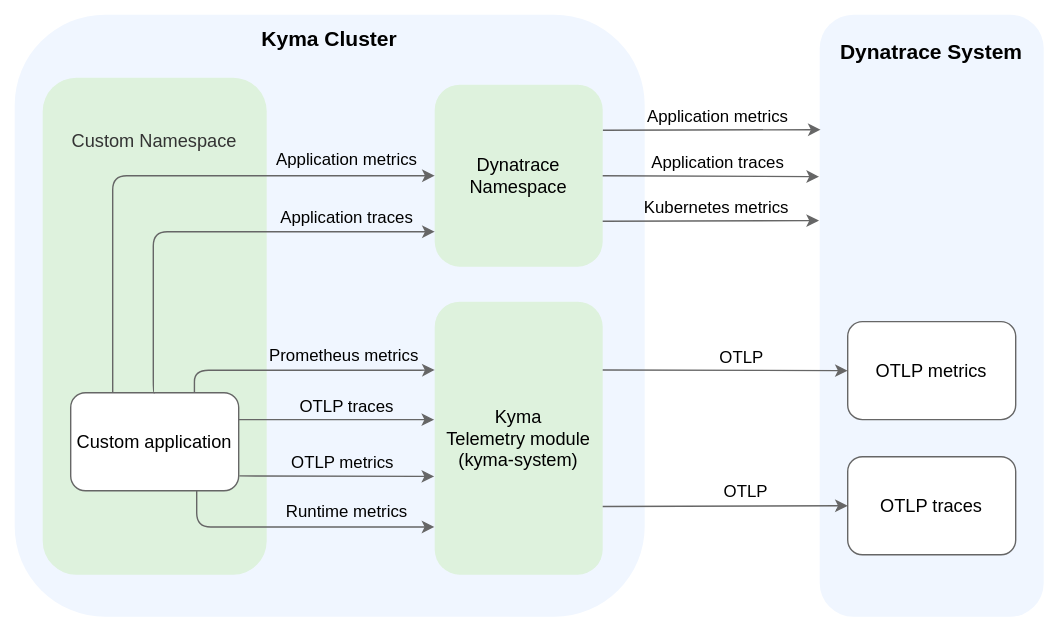
Earlier version of the draw.io export docs/user/integration/dynatrace/assets/integration.drawio.svg (kyma-project/telemetry-manager). Source tidied: cells renumbered, new cells last; positions are measured from the earlier drawing's top-left corner, leaving out a move shared by most shapes.
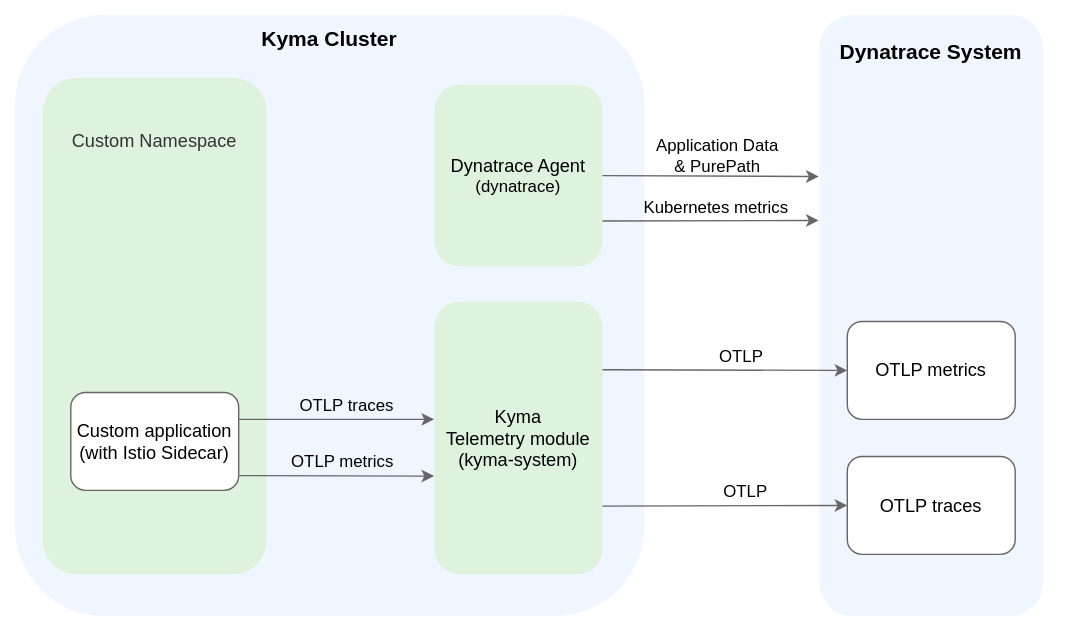
Later version of the same file.

The edit, as a diff of the source:
```diff
@@ -42,41 +42,12 @@
         <mxPoint x="10" y="-8" as="offset" />
       </mxGeometry>
     </mxCell>
-    <mxCell id="14" style="edgeStyle=orthogonalEdgeStyle;rounded=1;jettySize=auto;html=1;exitX=0.75;exitY=0;exitDx=0;exitDy=0;entryX=0;entryY=0.25;entryDx=0;entryDy=0;strokeColor=#666666;" parent="1" edge="1" target="5">
-      <mxGeometry relative="1" as="geometry">
-        <mxPoint x="138.4" y="280" as="sourcePoint" />
-        <Array as="points">
-          <mxPoint x="138.4" y="264" />
-          <mxPoint x="295.6" y="264" />
-        </Array>
-      </mxGeometry>
-    </mxCell>
-    <mxCell id="15" value="Custom application" style="rounded=1;whiteSpace=wrap;html=1;fontSize=13;fontStyle=0;strokeColor=#666666;" parent="1" vertex="1">
+    <mxCell id="15" value="Custom application&lt;br&gt;(with Istio Sidecar)" style="rounded=1;whiteSpace=wrap;html=1;fontSize=13;fontStyle=0;strokeColor=#666666;" parent="1" vertex="1">
       <mxGeometry x="50" y="280" width="120" height="70" as="geometry" />
     </mxCell>
-    <mxCell id="16" style="rounded=1;jettySize=auto;html=1;exitX=1;exitY=0.25;exitDx=0;exitDy=0;strokeColor=#666666;entryX=0.004;entryY=0.191;entryDx=0;entryDy=0;entryPerimeter=0;" parent="1" edge="1" source="18" target="6">
-      <mxGeometry relative="1" as="geometry" />
-    </mxCell>
-    <mxCell id="17" value="Application metrics" style="edgeLabel;html=1;align=center;verticalAlign=middle;fontStyle=0;labelBackgroundColor=none;fontSize=12;" parent="16" vertex="1">
-      <mxGeometry x="0.22" y="2" relative="1" as="geometry">
-        <mxPoint x="-13" y="-8" as="offset" />
-      </mxGeometry>
-    </mxCell>
-    <mxCell id="18" value="&lt;font style=&quot;font-size: 13px;&quot;&gt;Dynatrace &lt;br&gt;Namespace&lt;/font&gt;" style="rounded=1;whiteSpace=wrap;html=1;fillColor=#DEF2DD;strokeColor=none;" parent="1" vertex="1">
+    <mxCell id="18" value="&lt;span style=&quot;font-size: 13px;&quot;&gt;Dynatrace Agent&lt;br&gt;&lt;/span&gt;(dynatrace)" style="rounded=1;whiteSpace=wrap;html=1;fillColor=#DEF2DD;strokeColor=none;" parent="1" vertex="1">
       <mxGeometry x="310" y="60" width="120" height="130" as="geometry" />
     </mxCell>
-    <mxCell id="19" style="edgeStyle=orthogonalEdgeStyle;rounded=1;jettySize=auto;html=1;exitX=0.25;exitY=0;exitDx=0;exitDy=0;entryX=0;entryY=0.5;entryDx=0;entryDy=0;strokeColor=#666666;" parent="1" edge="1" source="15" target="18">
-      <mxGeometry relative="1" as="geometry">
-        <Array as="points">
-          <mxPoint x="80" y="125" />
-        </Array>
-      </mxGeometry>
-    </mxCell>
-    <mxCell id="20" value="Application metrics" style="edgeLabel;html=1;align=center;verticalAlign=middle;fontStyle=0;fontSize=12;labelBackgroundColor=none;" parent="19" vertex="1">
-      <mxGeometry x="0.43" y="3" relative="1" as="geometry">
-        <mxPoint x="45" y="-9" as="offset" />
-      </mxGeometry>
-    </mxCell>
     <mxCell id="21" value="&lt;font style=&quot;font-size: 12px;&quot;&gt;OTLP&lt;/font&gt;" style="edgeLabel;html=1;align=center;verticalAlign=middle;fontStyle=0;labelBackgroundColor=none;fontSize=12;" parent="1" vertex="1">
       <mxGeometry x="527.9" y="257" as="geometry">
         <mxPoint x="1" y="-3" as="offset" />
@@ -87,35 +58,6 @@
         <mxPoint x="2" as="offset" />
       </mxGeometry>
     </mxCell>
-    <mxCell id="23" style="endArrow=classic;html=1;rounded=1;edgeStyle=orthogonalEdgeStyle;exitX=0.75;exitY=1;exitDx=0;exitDy=0;strokeColor=#666666;entryX=-0.002;entryY=0.825;entryDx=0;entryDy=0;entryPerimeter=0;" parent="1" edge="1" source="15" target="5">
-      <mxGeometry relative="1" as="geometry">
-        <Array as="points">
-          <mxPoint x="140" y="376" />
-        </Array>
-      </mxGeometry>
-    </mxCell>
-    <mxCell id="24" value="Runtime metrics" style="edgeLabel;html=1;align=center;verticalAlign=middle;fontStyle=0;fontSize=12;labelBackgroundColor=none;" parent="23" vertex="1">
-      <mxGeometry x="0.17" relative="1" as="geometry">
-        <mxPoint x="17" y="-11" as="offset" />
-      </mxGeometry>
-    </mxCell>
-    <mxCell id="25" value="&lt;span style=&quot;font-weight: normal; font-style: normal;&quot;&gt;&lt;font style=&quot;font-size: 12px;&quot;&gt;Prometheus metrics&lt;/font&gt;&lt;/span&gt;" style="edgeLabel;html=1;align=center;verticalAlign=middle;fontSize=16;fontStyle=3;labelBackgroundColor=none;" parent="1" vertex="1">
-      <mxGeometry x="291.3" y="247" as="geometry">
-        <mxPoint x="-47" y="4" as="offset" />
-      </mxGeometry>
-    </mxCell>
-    <mxCell id="26" style="edgeStyle=orthogonalEdgeStyle;rounded=1;jettySize=auto;html=1;exitX=0.5;exitY=0;exitDx=0;exitDy=0;strokeColor=#666666;" parent="1" edge="1" source="15" target="18">
-      <mxGeometry relative="1" as="geometry">
-        <Array as="points">
-          <mxPoint x="109" y="165" />
-        </Array>
-      </mxGeometry>
-    </mxCell>
-    <mxCell id="27" value="Application traces" style="edgeLabel;html=1;align=center;verticalAlign=middle;fontStyle=0;fontSize=12;labelBackgroundColor=none;" parent="26" vertex="1">
-      <mxGeometry x="0.43" y="3" relative="1" as="geometry">
-        <mxPoint x="26" y="-8" as="offset" />
-      </mxGeometry>
-    </mxCell>
     <mxCell id="28" style="edgeStyle=none;rounded=1;jettySize=auto;html=1;exitX=1;exitY=0.75;exitDx=0;exitDy=0;entryX=0;entryY=0.5;entryDx=0;entryDy=0;strokeColor=#666666;" parent="1" edge="1" source="5" target="9">
       <mxGeometry relative="1" as="geometry" />
     </mxCell>
@@ -125,9 +67,9 @@
     <mxCell id="30" style="rounded=1;jettySize=auto;html=1;exitX=1;exitY=0.5;exitDx=0;exitDy=0;strokeColor=#666666;entryX=-0.003;entryY=0.269;entryDx=0;entryDy=0;entryPerimeter=0;" parent="1" edge="1" source="18" target="6">
       <mxGeometry relative="1" as="geometry" />
     </mxCell>
-    <mxCell id="31" value="Application traces" style="edgeLabel;html=1;align=center;verticalAlign=middle;fontStyle=0;labelBackgroundColor=none;fontSize=12;" parent="30" vertex="1">
+    <mxCell id="31" value="Application Data&lt;br&gt;&amp;amp; PurePath" style="edgeLabel;html=1;align=center;verticalAlign=middle;fontStyle=0;labelBackgroundColor=none;fontSize=12;" parent="30" vertex="1">
       <mxGeometry x="0.22" y="2" relative="1" as="geometry">
-        <mxPoint x="-13" y="-8" as="offset" />
+        <mxPoint x="-13" y="-13" as="offset" />
       </mxGeometry>
     </mxCell>
     <mxCell id="32" style="rounded=1;jettySize=auto;html=1;exitX=1;exitY=0.75;exitDx=0;exitDy=0;strokeColor=#666666;entryX=-0.003;entryY=0.342;entryDx=0;entryDy=0;entryPerimeter=0;" parent="1" edge="1" source="18" target="6">
```
